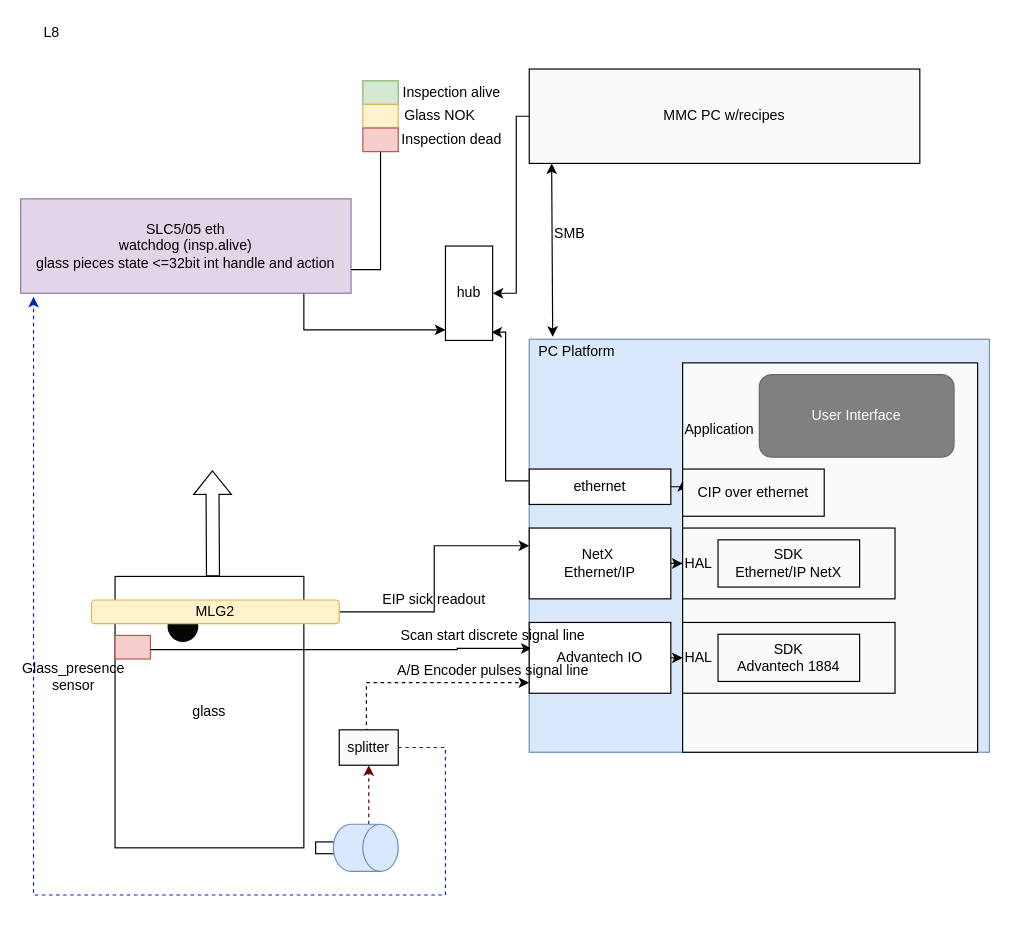
Earlier version of the draw.io diagram page "schema" (1 of 7) of Inspection Platform Dataflow.drawio (megavad/Diagrams). Source tidied: cells renumbered, new cells numbered last; positions are measured from the earlier drawing's top-left corner, leaving out a move shared by most shapes. Both pictures are drawn from the tidied source at 118%, with x=0, y=0 at pixel (20, 20).
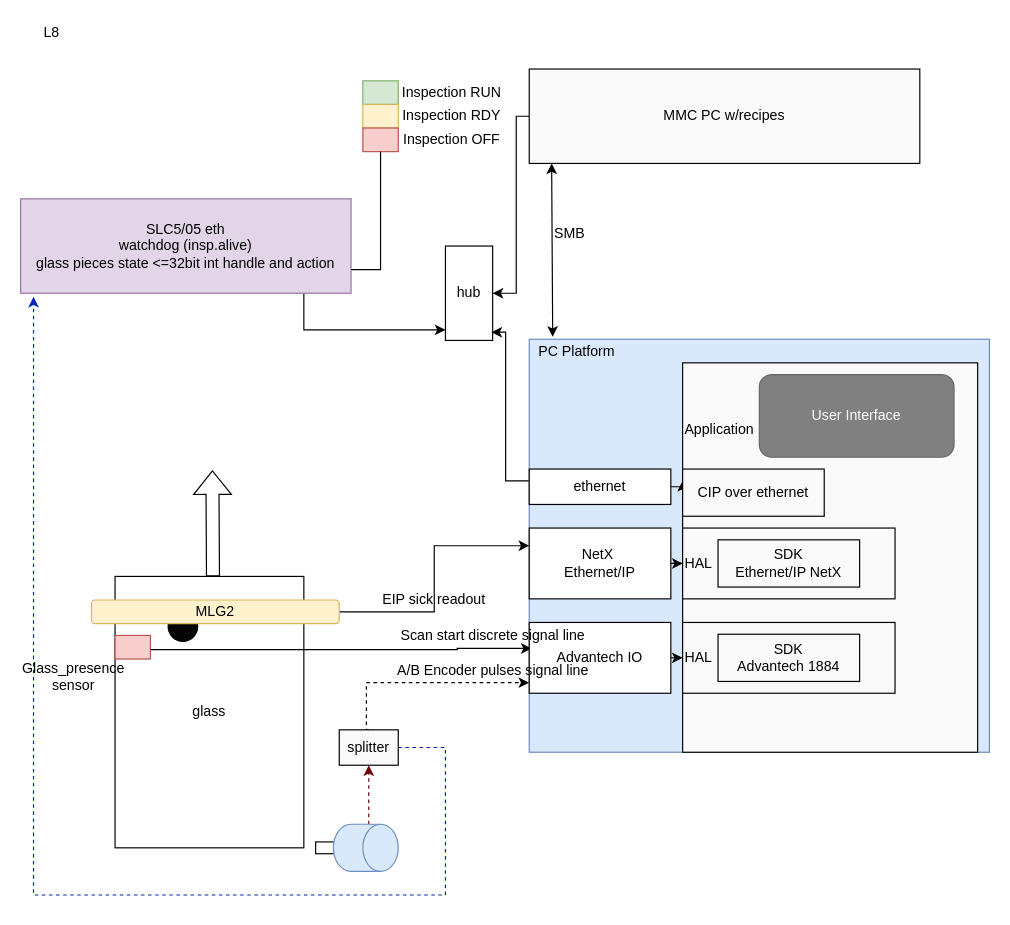
The same page after the edit.

What changed in the source:
```diff
@@
-    <mxCell id="34" value="Inspection alive" style="text;html=1;align=center;verticalAlign=middle;strokeColor=none;fillColor=none;" parent="1" vertex="1">
-      <mxGeometry x="315" y="51" width="100" height="20" as="geometry" />
+    <mxCell id="34" value="Inspection RUN" style="text;html=1;align=center;verticalAlign=middle;strokeColor=none;fillColor=none;" parent="1" vertex="1">
+      <mxGeometry x="310" y="46" width="110" height="30" as="geometry" />
     </mxCell>
-    <mxCell id="35" value="Inspection dead" style="text;html=1;align=center;verticalAlign=middle;strokeColor=none;fillColor=none;" parent="1" vertex="1">
-      <mxGeometry x="315" y="91" width="100" height="20" as="geometry" />
+    <mxCell id="35" value="Inspection OFF" style="text;html=1;align=center;verticalAlign=middle;strokeColor=none;fillColor=none;" parent="1" vertex="1">
+      <mxGeometry x="310" y="86" width="110" height="30" as="geometry" />
     </mxCell>
@@
-    <mxCell id="37" value="Glass NOK" style="text;html=1;align=center;verticalAlign=middle;strokeColor=none;fillColor=none;" parent="1" vertex="1">
-      <mxGeometry x="315" y="71" width="80" height="20" as="geometry" />
+    <mxCell id="37" value="Inspection RDY" style="text;html=1;align=center;verticalAlign=middle;strokeColor=none;fillColor=none;" parent="1" vertex="1">
+      <mxGeometry x="310" y="66" width="110" height="30" as="geometry" />
     </mxCell>
```
